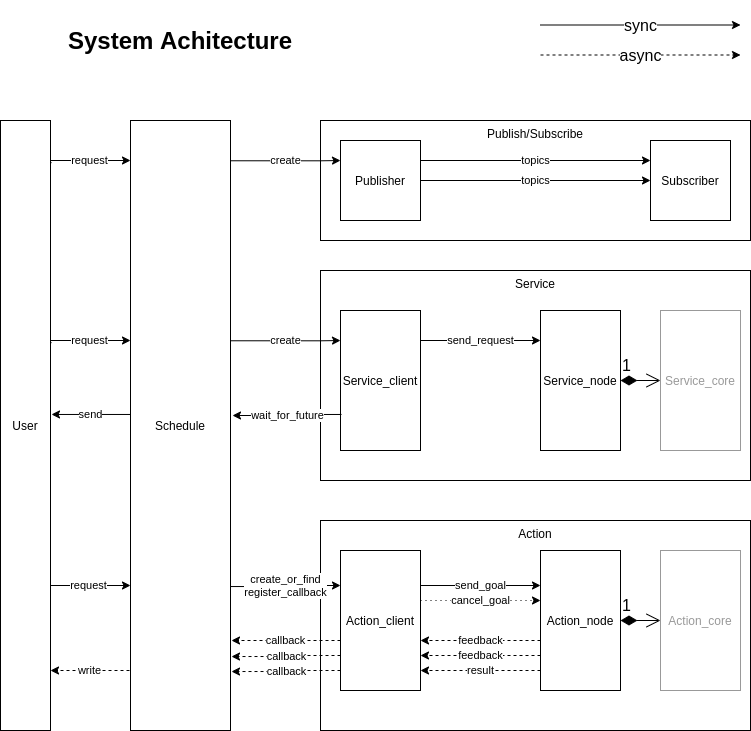
This is docs/architecture.png from Wkkkkk/hello_ros2, a draw.io export, as it was before one commit. Source tidied: cells renumbered, new cells last; positions are measured from the earlier drawing's top-left corner, leaving out a move shared by most shapes.
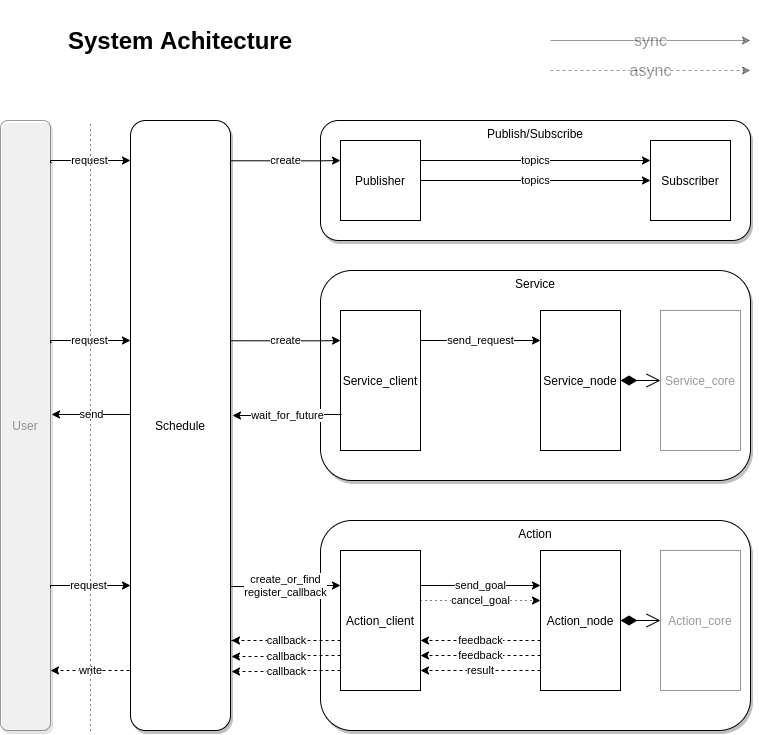
The same file after the commit.

Change to the diagram source:
```diff
@@ -2,16 +2,16 @@
   <root>
     <mxCell id="0" />
     <mxCell id="1" parent="0" />
-    <mxCell id="2" value="User" style="rounded=0;whiteSpace=wrap;html=1;" parent="1" vertex="1">
+    <mxCell id="2" value="User" style="rounded=1;whiteSpace=wrap;html=1;shadow=1;opacity=40;textOpacity=40;" parent="1" vertex="1">
       <mxGeometry y="120" width="50" height="610" as="geometry" />
     </mxCell>
-    <mxCell id="3" value="Schedule" style="rounded=0;whiteSpace=wrap;html=1;" parent="1" vertex="1">
+    <mxCell id="3" value="Schedule" style="rounded=1;whiteSpace=wrap;html=1;comic=0;shadow=1;" parent="1" vertex="1">
       <mxGeometry x="130" y="120" width="100" height="610" as="geometry" />
     </mxCell>
     <mxCell id="4" style="group;" parent="1" vertex="1">
       <mxGeometry x="50" y="520" width="700" height="210" as="geometry" />
     </mxCell>
-    <mxCell id="5" value="Action" style="rounded=0;whiteSpace=wrap;html=1;align=center;verticalAlign=top;" parent="4" vertex="1">
+    <mxCell id="5" value="Action" style="rounded=1;whiteSpace=wrap;html=1;align=center;verticalAlign=top;shadow=1;" parent="4" vertex="1">
       <mxGeometry x="270" width="430" height="210" as="geometry" />
     </mxCell>
     <mxCell id="6" value="request" style="edgeStyle=orthogonalEdgeStyle;rounded=0;orthogonalLoop=1;jettySize=auto;html=1;" parent="4" edge="1">
@@ -67,7 +67,7 @@
     <mxCell id="15" style="group;" parent="4" vertex="1">
       <mxGeometry y="-400" width="700" height="120" as="geometry" />
     </mxCell>
-    <mxCell id="16" value="Publish/Subscribe" style="rounded=0;whiteSpace=wrap;html=1;align=center;verticalAlign=top;" parent="15" vertex="1">
+    <mxCell id="16" value="Publish/Subscribe" style="rounded=1;whiteSpace=wrap;html=1;align=center;verticalAlign=top;shadow=1;" parent="15" vertex="1">
       <mxGeometry x="270" width="430" height="120" as="geometry" />
     </mxCell>
     <mxCell id="17" value="request" style="edgeStyle=orthogonalEdgeStyle;rounded=0;orthogonalLoop=1;jettySize=auto;html=1;exitX=1.02;exitY=0.11;exitDx=0;exitDy=0;exitPerimeter=0;" parent="15" edge="1">
@@ -124,7 +124,7 @@
         <mxPoint x="490" y="80" as="targetPoint" />
       </mxGeometry>
     </mxCell>
-    <mxCell id="26" value="1" style="endArrow=open;html=1;endSize=12;startArrow=diamondThin;startSize=14;startFill=1;edgeStyle=orthogonalEdgeStyle;align=left;verticalAlign=bottom;strokeColor=#000000;fontSize=16;exitX=1;exitY=0.5;exitDx=0;exitDy=0;entryX=0;entryY=0.5;entryDx=0;entryDy=0;" parent="4" edge="1" source="9" target="11">
+    <mxCell id="26" style="endArrow=open;html=1;endSize=12;startArrow=diamondThin;startSize=14;startFill=1;edgeStyle=orthogonalEdgeStyle;align=left;verticalAlign=bottom;strokeColor=#000000;fontSize=16;exitX=1;exitY=0.5;exitDx=0;exitDy=0;entryX=0;entryY=0.5;entryDx=0;entryDy=0;" parent="4" edge="1" source="9" target="11">
       <mxGeometry x="-1" y="3" relative="1" as="geometry" />
     </mxCell>
     <mxCell id="27" value="create_or_find&lt;br&gt;register_callback" style="edgeStyle=orthogonalEdgeStyle;rounded=0;jettySize=auto;html=1;exitX=1;exitY=0.764;exitDx=0;exitDy=0;entryX=0;entryY=0.25;entryDx=0;entryDy=0;exitPerimeter=0;" parent="1" edge="1" source="3" target="7">
@@ -142,7 +142,7 @@
     <mxCell id="29" style="group;" parent="1" vertex="1">
       <mxGeometry x="50" y="270" width="700" height="210" as="geometry" />
     </mxCell>
-    <mxCell id="30" value="Service" style="rounded=0;whiteSpace=wrap;html=1;align=center;verticalAlign=top;" parent="29" vertex="1">
+    <mxCell id="30" value="Service" style="rounded=1;whiteSpace=wrap;html=1;align=center;verticalAlign=top;shadow=1;" parent="29" vertex="1">
       <mxGeometry x="270" width="430" height="210" as="geometry" />
     </mxCell>
     <mxCell id="31" value="Service_client" style="rounded=0;whiteSpace=wrap;html=1;" parent="29" vertex="1">
@@ -196,23 +196,29 @@
         </Array>
       </mxGeometry>
     </mxCell>
-    <mxCell id="39" value="1" style="endArrow=open;html=1;endSize=12;startArrow=diamondThin;startSize=14;startFill=1;edgeStyle=orthogonalEdgeStyle;align=left;verticalAlign=bottom;strokeColor=#000000;fontSize=16;exitX=1;exitY=0.5;exitDx=0;exitDy=0;entryX=0;entryY=0.5;entryDx=0;entryDy=0;" parent="29" edge="1" source="32" target="33">
+    <mxCell id="39" style="endArrow=open;html=1;endSize=12;startArrow=diamondThin;startSize=14;startFill=1;edgeStyle=orthogonalEdgeStyle;align=left;verticalAlign=bottom;strokeColor=#000000;fontSize=16;exitX=1;exitY=0.5;exitDx=0;exitDy=0;entryX=0;entryY=0.5;entryDx=0;entryDy=0;" parent="29" edge="1" source="32" target="33">
       <mxGeometry x="-1" y="3" relative="1" as="geometry" />
     </mxCell>
     <mxCell id="40" value="System Achitecture" style="text;html=1;strokeColor=none;fillColor=none;align=center;verticalAlign=middle;whiteSpace=wrap;rounded=0;fontSize=24;fontStyle=1;" parent="1" vertex="1">
       <mxGeometry x="45" width="270" height="80" as="geometry" />
     </mxCell>
-    <mxCell id="41" value="sync" style="endArrow=classic;html=1;strokeColor=#000000;fontSize=16;" parent="1" edge="1">
+    <mxCell id="41" value="sync" style="endArrow=classic;html=1;strokeColor=#000000;fontSize=16;opacity=40;textOpacity=40;" parent="1" edge="1">
       <mxGeometry relative="1" as="geometry">
-        <mxPoint x="540" y="24.5" as="sourcePoint" />
-        <mxPoint x="740" y="24.5" as="targetPoint" />
+        <mxPoint x="550" y="40" as="sourcePoint" />
+        <mxPoint x="750" y="40" as="targetPoint" />
       </mxGeometry>
     </mxCell>
-    <mxCell id="42" value="async" style="endArrow=classic;html=1;strokeColor=#000000;fontSize=16;dashed=1;" parent="1" edge="1">
+    <mxCell id="42" value="async" style="endArrow=classic;html=1;strokeColor=#000000;fontSize=16;dashed=1;opacity=40;textOpacity=40;" parent="1" edge="1">
       <mxGeometry relative="1" as="geometry">
-        <mxPoint x="540" y="54.5" as="sourcePoint" />
-        <mxPoint x="740" y="54.5" as="targetPoint" />
+        <mxPoint x="550" y="70" as="sourcePoint" />
+        <mxPoint x="750" y="70" as="targetPoint" />
       </mxGeometry>
     </mxCell>
+    <mxCell id="43" style="endArrow=none;dashed=1;html=1;strokeWidth=1;dashPattern=1 4;" parent="1" edge="1">
+      <mxGeometry relative="1" as="geometry">
+        <mxPoint x="90" y="730" as="sourcePoint" />
+        <mxPoint x="90" y="120" as="targetPoint" />
+      </mxGeometry>
+    </mxCell>
   </root>
 </mxGraphModel>
```
